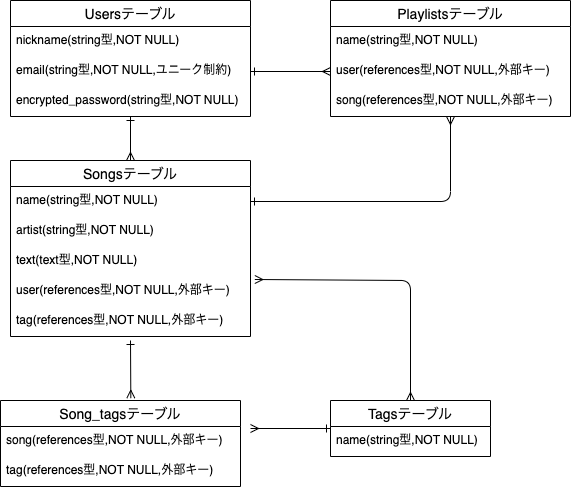
This is favorite-song.drawio.png from hossan09/favorite-song, a draw.io export, as it was before one commit. Source tidied: cells renumbered, new cells last; positions are measured from the earlier drawing's top-left corner, leaving out a move shared by most shapes.
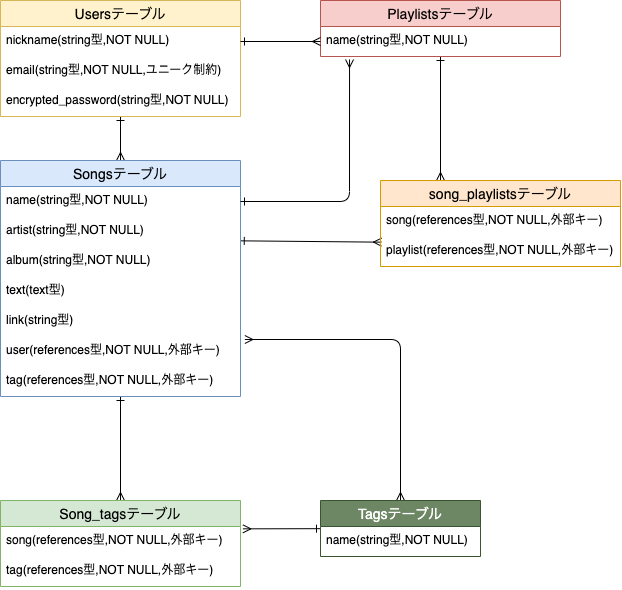
Above is the later version.

Commit message:
ER図、READMEに追記

What changed in the source:
```diff
@@ -5,7 +5,7 @@
     <mxCell id="2" style="edgeStyle=none;html=1;entryX=0.5;entryY=0;entryDx=0;entryDy=0;endArrow=ERmany;endFill=0;startArrow=ERone;startFill=0;" parent="1" edge="1" source="3" target="9">
       <mxGeometry relative="1" as="geometry" />
     </mxCell>
-    <mxCell id="3" value="Usersテーブル" style="swimlane;fontStyle=0;horizontal=1;startSize=26;align=center;fontSize=14;" parent="1" vertex="1">
+    <mxCell id="3" value="Usersテーブル" style="swimlane;fontStyle=0;horizontal=1;startSize=26;align=center;fontSize=14;fillColor=#fff2cc;strokeColor=#d6b656;" parent="1" vertex="1">
       <mxGeometry x="10" width="240" height="116" as="geometry" />
     </mxCell>
     <mxCell id="4" value="nickname(string型,NOT NULL)" style="text;strokeColor=none;fillColor=none;spacingLeft=4;spacingRight=4;overflow=hidden;points=[[0,0.5],[1,0.5]];portConstraint=eastwest;fontSize=12;" parent="3" vertex="1">
@@ -20,17 +20,18 @@
     <mxCell id="7" style="edgeStyle=none;html=1;entryX=0.5;entryY=0;entryDx=0;entryDy=0;startArrow=ERmany;startFill=0;endArrow=ERmany;endFill=0;exitX=1.018;exitY=0.1;exitDx=0;exitDy=0;exitPerimeter=0;" parent="1" edge="1" source="13" target="16">
       <mxGeometry relative="1" as="geometry">
         <Array as="points">
-          <mxPoint x="410" y="280" />
+          <mxPoint x="410" y="339" />
         </Array>
       </mxGeometry>
     </mxCell>
-    <mxCell id="8" style="edgeStyle=none;html=1;entryX=0.543;entryY=-0.027;entryDx=0;entryDy=0;startArrow=ERone;startFill=0;endArrow=ERmany;endFill=0;entryPerimeter=0;" parent="1" edge="1" target="18">
-      <mxGeometry relative="1" as="geometry">
-        <mxPoint x="130" y="340" as="sourcePoint" />
-      </mxGeometry>
-    </mxCell>
+    <mxCell id="27" style="edgeStyle=none;html=1;entryX=0.004;entryY=0.189;entryDx=0;entryDy=0;startArrow=ERone;startFill=0;endArrow=ERmany;endFill=0;entryPerimeter=0;exitX=0.999;exitY=0.811;exitDx=0;exitDy=0;exitPerimeter=0;" parent="1" edge="1" source="11" target="33">
+      <mxGeometry relative="1" as="geometry" />
+    </mxCell>
+    <mxCell id="28" style="edgeStyle=none;html=1;entryX=0.5;entryY=0;entryDx=0;entryDy=0;startArrow=ERone;startFill=0;endArrow=ERmany;endFill=0;" parent="1" edge="1" source="9" target="18">
+      <mxGeometry relative="1" as="geometry" />
+    </mxCell>
-    <mxCell id="9" value="Songsテーブル" style="swimlane;fontStyle=0;horizontal=1;startSize=26;align=center;fontSize=14;" parent="1" vertex="1">
-      <mxGeometry x="10" y="160" width="240" height="176" as="geometry" />
+    <mxCell id="9" value="Songsテーブル" style="swimlane;fontStyle=0;horizontal=1;startSize=26;align=center;fontSize=14;fillColor=#dae8fc;strokeColor=#6c8ebf;" parent="1" vertex="1">
+      <mxGeometry x="10" y="160" width="240" height="236" as="geometry" />
     </mxCell>
     <mxCell id="10" value="name(string型,NOT NULL)" style="text;strokeColor=none;fillColor=none;spacingLeft=4;spacingRight=4;overflow=hidden;points=[[0,0.5],[1,0.5]];portConstraint=eastwest;fontSize=12;" parent="9" vertex="1">
       <mxGeometry y="26" width="240" height="30" as="geometry" />
@@ -38,28 +39,32 @@
     <mxCell id="11" value="artist(string型,NOT NULL)" style="text;strokeColor=none;fillColor=none;spacingLeft=4;spacingRight=4;overflow=hidden;points=[[0,0.5],[1,0.5]];portConstraint=eastwest;fontSize=12;" parent="9" vertex="1">
       <mxGeometry y="56" width="240" height="30" as="geometry" />
     </mxCell>
+    <mxCell id="29" value="album(string型,NOT NULL)" style="text;strokeColor=none;fillColor=none;spacingLeft=4;spacingRight=4;overflow=hidden;fontSize=12;" parent="9" vertex="1">
+      <mxGeometry y="86" width="240" height="30" as="geometry" />
+    </mxCell>
-    <mxCell id="12" value="text(text型,NOT NULL)" style="text;strokeColor=none;fillColor=none;spacingLeft=4;spacingRight=4;overflow=hidden;fontSize=12;" parent="9" vertex="1">
-      <mxGeometry y="86" width="240" height="30" as="geometry" />
+    <mxCell id="12" value="text(text型)" style="text;strokeColor=none;fillColor=none;spacingLeft=4;spacingRight=4;overflow=hidden;fontSize=12;" parent="9" vertex="1">
+      <mxGeometry y="116" width="240" height="30" as="geometry" />
     </mxCell>
+    <mxCell id="30" value="link(string型)" style="text;strokeColor=none;fillColor=none;spacingLeft=4;spacingRight=4;overflow=hidden;fontSize=12;" parent="9" vertex="1">
+      <mxGeometry y="146" width="240" height="30" as="geometry" />
+    </mxCell>
     <mxCell id="13" value="user(references型,NOT NULL,外部キー)" style="text;strokeColor=none;fillColor=none;spacingLeft=4;spacingRight=4;overflow=hidden;points=[[0,0.5],[1,0.5]];portConstraint=eastwest;fontSize=12;" parent="9" vertex="1">
-      <mxGeometry y="116" width="240" height="30" as="geometry" />
+      <mxGeometry y="176" width="240" height="30" as="geometry" />
     </mxCell>
     <mxCell id="14" value="tag(references型,NOT NULL,外部キー)" style="text;strokeColor=none;fillColor=none;spacingLeft=4;spacingRight=4;overflow=hidden;fontSize=12;" parent="9" vertex="1">
-      <mxGeometry y="146" width="240" height="30" as="geometry" />
+      <mxGeometry y="206" width="240" height="30" as="geometry" />
     </mxCell>
-    <mxCell id="15" style="edgeStyle=none;html=1;startArrow=ERone;startFill=0;endArrow=ERmany;endFill=0;" parent="1" edge="1" source="16">
-      <mxGeometry relative="1" as="geometry">
-        <mxPoint x="250" y="428" as="targetPoint" />
-      </mxGeometry>
+    <mxCell id="15" style="edgeStyle=none;html=1;startArrow=ERone;startFill=0;endArrow=ERmany;endFill=0;entryX=1.01;entryY=0.078;entryDx=0;entryDy=0;entryPerimeter=0;" parent="1" edge="1" source="16" target="19">
+      <mxGeometry relative="1" as="geometry" />
     </mxCell>
-    <mxCell id="16" value="Tagsテーブル" style="swimlane;fontStyle=0;horizontal=1;startSize=26;align=center;fontSize=14;" parent="1" vertex="1">
-      <mxGeometry x="330" y="400" width="160" height="56" as="geometry" />
+    <mxCell id="16" value="Tagsテーブル" style="swimlane;fontStyle=0;horizontal=1;startSize=26;align=center;fontSize=14;fillColor=#6d8764;strokeColor=#3A5431;fontColor=#ffffff;" parent="1" vertex="1">
+      <mxGeometry x="330" y="500" width="160" height="56" as="geometry" />
     </mxCell>
     <mxCell id="17" value="name(string型,NOT NULL)" style="text;strokeColor=none;fillColor=none;spacingLeft=4;spacingRight=4;overflow=hidden;fontSize=12;" parent="16" vertex="1">
       <mxGeometry y="26" width="160" height="30" as="geometry" />
     </mxCell>
-    <mxCell id="18" value="Song_tagsテーブル" style="swimlane;fontStyle=0;horizontal=1;startSize=26;align=center;fontSize=14;" parent="1" vertex="1">
-      <mxGeometry y="400" width="240" height="86" as="geometry" />
+    <mxCell id="18" value="Song_tagsテーブル" style="swimlane;fontStyle=0;horizontal=1;startSize=26;align=center;fontSize=14;fillColor=#d5e8d4;strokeColor=#82b366;" parent="1" vertex="1">
+      <mxGeometry x="10" y="500" width="240" height="86" as="geometry" />
     </mxCell>
     <mxCell id="19" value="song(references型,NOT NULL,外部キー)" style="text;strokeColor=none;fillColor=none;spacingLeft=4;spacingRight=4;overflow=hidden;points=[[0,0.5],[1,0.5]];portConstraint=eastwest;fontSize=12;" parent="18" vertex="1">
       <mxGeometry y="26" width="240" height="30" as="geometry" />
@@ -67,27 +72,33 @@
     <mxCell id="20" value="tag(references型,NOT NULL,外部キー)" style="text;strokeColor=none;fillColor=none;spacingLeft=4;spacingRight=4;overflow=hidden;fontSize=12;" parent="18" vertex="1">
       <mxGeometry y="56" width="240" height="30" as="geometry" />
     </mxCell>
+    <mxCell id="31" style="edgeStyle=none;html=1;entryX=0.25;entryY=0;entryDx=0;entryDy=0;startArrow=ERone;startFill=0;endArrow=ERmany;endFill=0;" parent="1" edge="1" source="21" target="32">
+      <mxGeometry relative="1" as="geometry" />
+    </mxCell>
-    <mxCell id="21" value="Playlistsテーブル" style="swimlane;fontStyle=0;horizontal=1;startSize=26;align=center;fontSize=14;" parent="1" vertex="1">
-      <mxGeometry x="330" width="240" height="116" as="geometry" />
+    <mxCell id="21" value="Playlistsテーブル" style="swimlane;fontStyle=0;horizontal=1;startSize=26;align=center;fontSize=14;fillColor=#f8cecc;strokeColor=#b85450;" parent="1" vertex="1">
+      <mxGeometry x="330" width="240" height="56" as="geometry" />
     </mxCell>
     <mxCell id="22" value="name(string型,NOT NULL)" style="text;strokeColor=none;fillColor=none;spacingLeft=4;spacingRight=4;overflow=hidden;points=[[0,0.5],[1,0.5]];portConstraint=eastwest;fontSize=12;" parent="21" vertex="1">
       <mxGeometry y="26" width="240" height="30" as="geometry" />
     </mxCell>
-    <mxCell id="23" value="user(references型,NOT NULL,外部キー)" style="text;strokeColor=none;fillColor=none;spacingLeft=4;spacingRight=4;overflow=hidden;points=[[0,0.5],[1,0.5]];portConstraint=eastwest;fontSize=12;" parent="21" vertex="1">
-      <mxGeometry y="56" width="240" height="30" as="geometry" />
-    </mxCell>
-    <mxCell id="24" value="song(references型,NOT NULL,外部キー)" style="text;strokeColor=none;fillColor=none;spacingLeft=4;spacingRight=4;overflow=hidden;fontSize=12;" parent="21" vertex="1">
-      <mxGeometry y="86" width="240" height="30" as="geometry" />
-    </mxCell>
-    <mxCell id="25" style="edgeStyle=none;html=1;entryX=0;entryY=0.5;entryDx=0;entryDy=0;endArrow=ERmany;endFill=0;startArrow=ERone;startFill=0;" parent="1" edge="1" source="5" target="23">
+    <mxCell id="25" style="edgeStyle=none;html=1;entryX=0;entryY=0.5;entryDx=0;entryDy=0;endArrow=ERmany;endFill=0;startArrow=ERone;startFill=0;exitX=1;exitY=0.5;exitDx=0;exitDy=0;" parent="1" edge="1" source="4" target="22">
       <mxGeometry relative="1" as="geometry" />
     </mxCell>
-    <mxCell id="26" style="edgeStyle=none;html=1;exitX=1;exitY=0.5;exitDx=0;exitDy=0;endArrow=ERmany;endFill=0;startArrow=ERone;startFill=0;" parent="1" edge="1" source="10" target="21">
+    <mxCell id="26" style="edgeStyle=none;html=1;exitX=1;exitY=0.5;exitDx=0;exitDy=0;endArrow=ERmany;endFill=0;startArrow=ERone;startFill=0;entryX=0.121;entryY=1.1;entryDx=0;entryDy=0;entryPerimeter=0;" parent="1" edge="1" source="10" target="22">
       <mxGeometry relative="1" as="geometry">
         <Array as="points">
-          <mxPoint x="450" y="201" />
+          <mxPoint x="359" y="201" />
         </Array>
       </mxGeometry>
     </mxCell>
+    <mxCell id="32" value="song_playlistsテーブル" style="swimlane;fontStyle=0;horizontal=1;startSize=26;align=center;fontSize=14;fillColor=#ffe6cc;strokeColor=#d79b00;" parent="1" vertex="1">
+      <mxGeometry x="390" y="180" width="240" height="86" as="geometry" />
+    </mxCell>
+    <mxCell id="24" value="song(references型,NOT NULL,外部キー)" style="text;strokeColor=none;fillColor=none;spacingLeft=4;spacingRight=4;overflow=hidden;fontSize=12;" parent="32" vertex="1">
+      <mxGeometry y="26" width="240" height="30" as="geometry" />
+    </mxCell>
+    <mxCell id="33" value="playlist(references型,NOT NULL,外部キー)" style="text;strokeColor=none;fillColor=none;spacingLeft=4;spacingRight=4;overflow=hidden;points=[[0,0.5],[1,0.5]];portConstraint=eastwest;fontSize=12;" parent="32" vertex="1">
+      <mxGeometry y="56" width="240" height="30" as="geometry" />
+    </mxCell>
   </root>
 </mxGraphModel>
```
